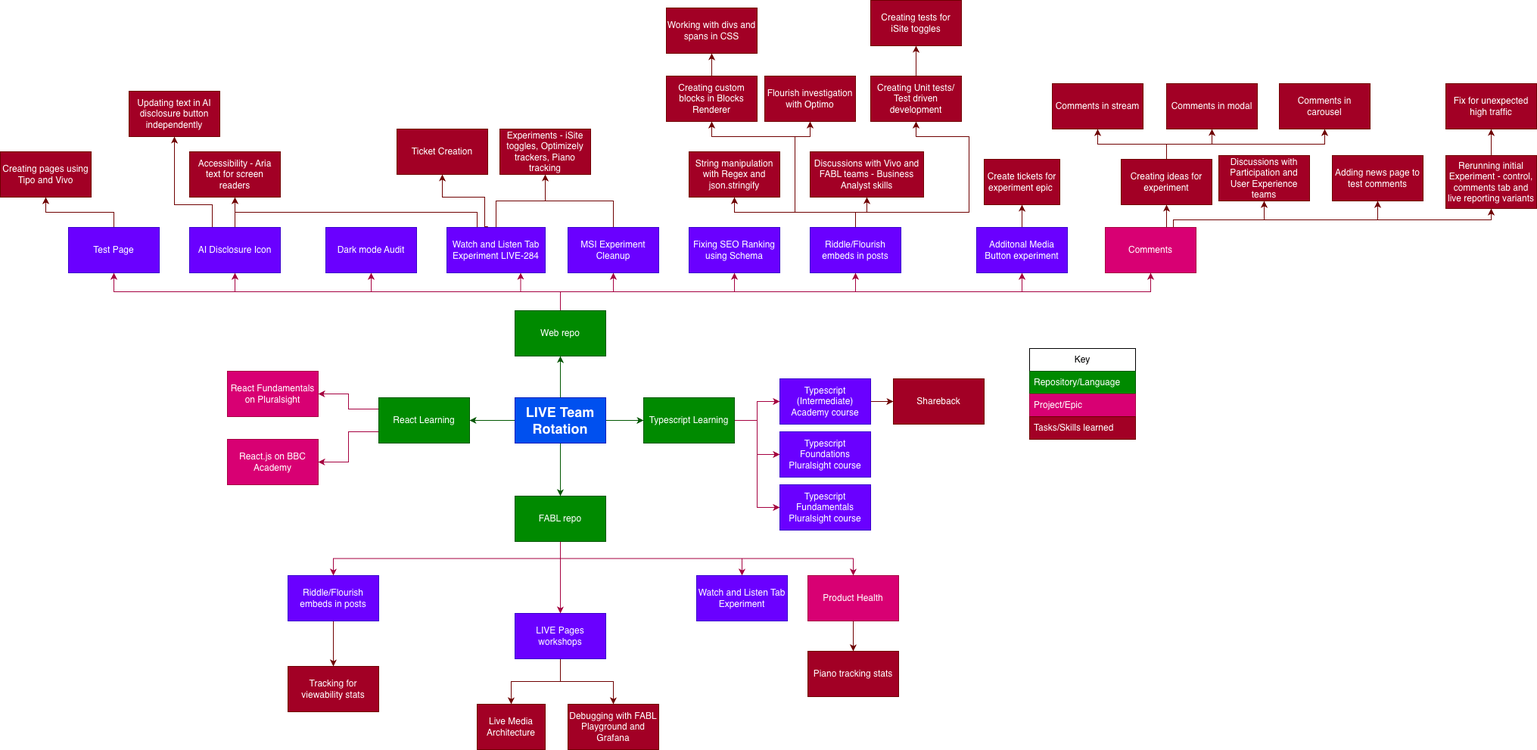
Before: LIVE Mindmap.drawio.png, a diagram exported from draw.io (HalimahH-BBC/Mindmap). Source tidied: cells renumbered, new cells last; positions are measured from the earlier drawing's top-left corner, leaving out a move shared by most shapes.
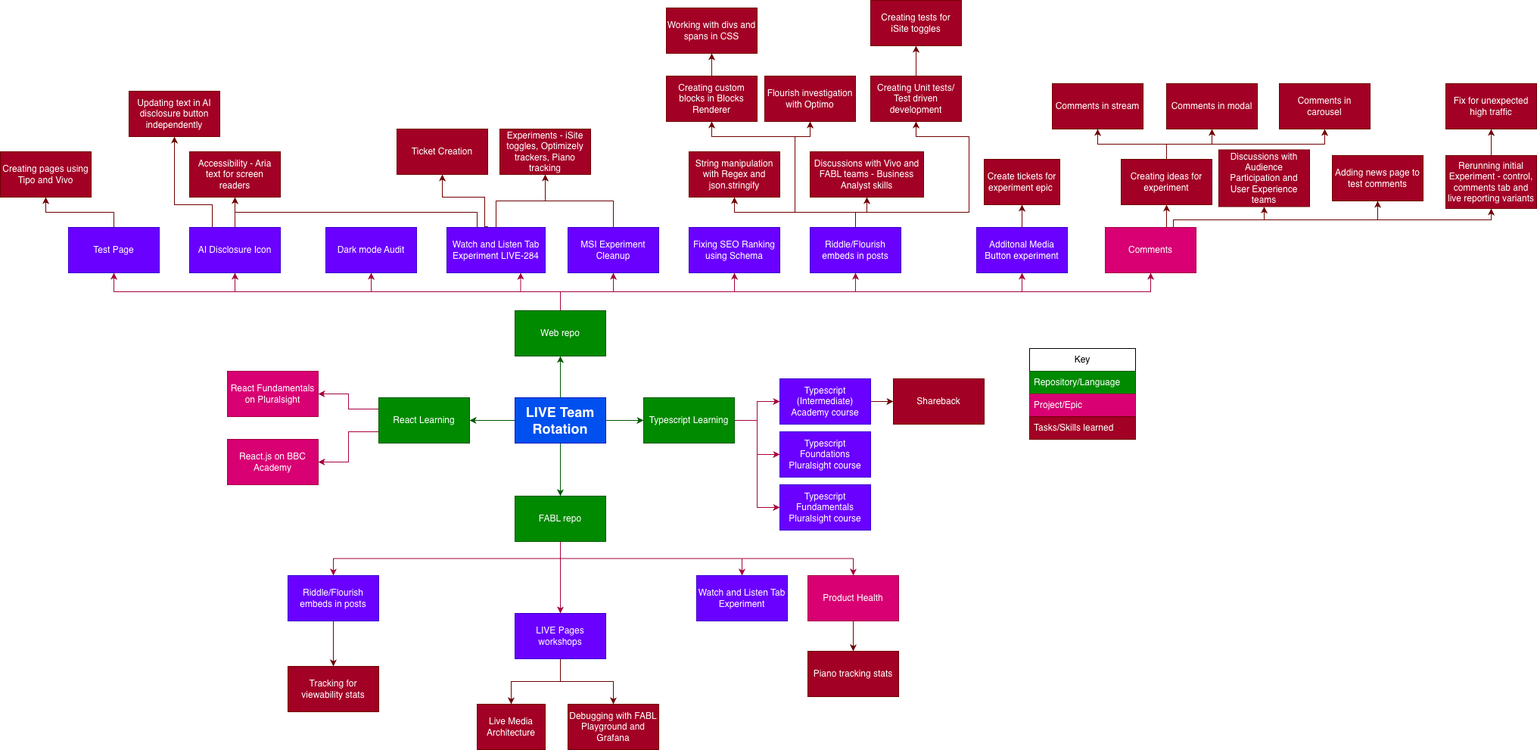
After the change.

The edit, as a diff of the source:
```diff
@@ -363,8 +363,8 @@
     <mxCell id="101" value="Piano tracking stats" style="rounded=0;whiteSpace=wrap;html=1;fillColor=#a20025;fontColor=#ffffff;strokeColor=#6F0000;" parent="1" vertex="1">
       <mxGeometry x="1067" y="860" width="120" height="60" as="geometry" />
     </mxCell>
-    <mxCell id="102" value="Discussions with Participation and User Experience teams" style="rounded=0;whiteSpace=wrap;html=1;fillColor=#a20025;fontColor=#ffffff;strokeColor=#6F0000;" parent="1" vertex="1">
-      <mxGeometry x="1610" y="205" width="120" height="60" as="geometry" />
+    <mxCell id="102" value="Discussions with Audience Participation and User Experience teams" style="rounded=0;whiteSpace=wrap;html=1;fillColor=#a20025;fontColor=#ffffff;strokeColor=#6F0000;" parent="1" vertex="1">
+      <mxGeometry x="1610" y="197.5" width="120" height="75" as="geometry" />
     </mxCell>
     <mxCell id="103" value="Adding news page to test comments" style="rounded=0;whiteSpace=wrap;html=1;fillColor=#a20025;fontColor=#ffffff;strokeColor=#6F0000;" parent="1" vertex="1">
       <mxGeometry x="1760" y="205" width="120" height="60" as="geometry" />
```
